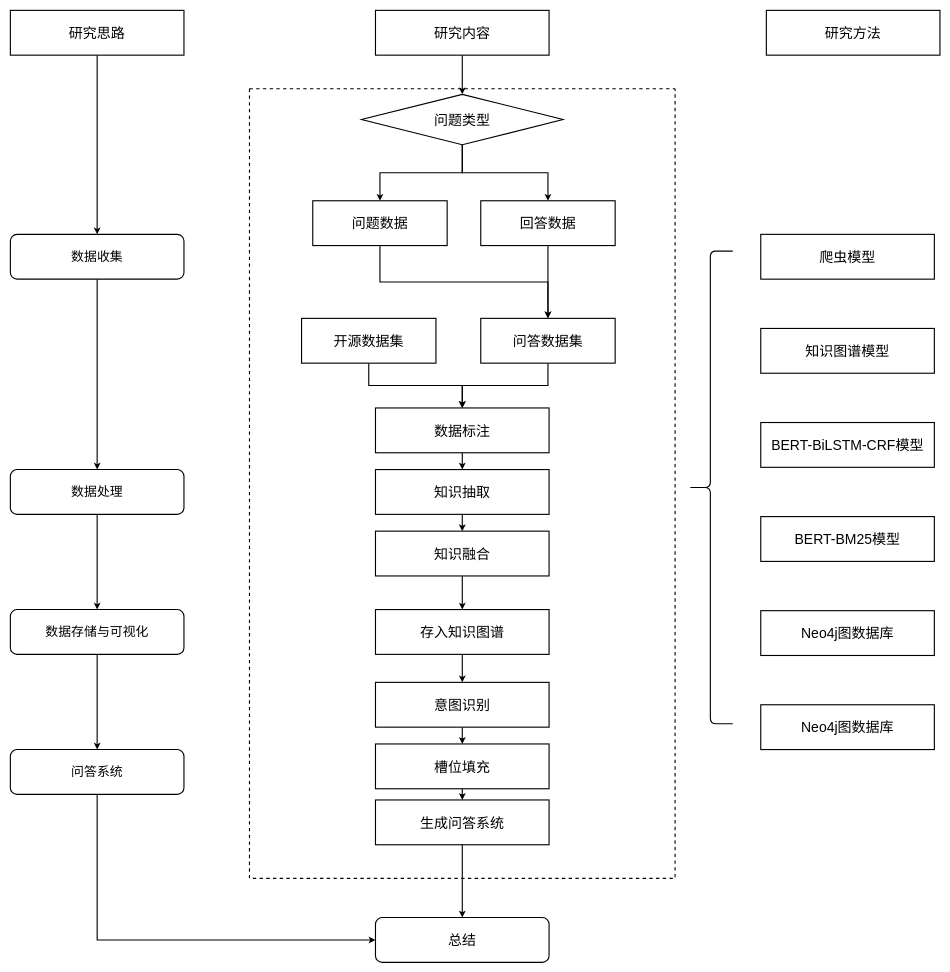
Above: 技术路线图.drawio in zyaaagit/s-case (draw.io), before the change. Source tidied: cells renumbered, new cells numbered last; positions are measured from the earlier drawing's top-left corner, leaving out a move shared by most shapes. Both pictures are drawn from the tidied source at 56%, with x=0, y=0 at pixel (10, 10).
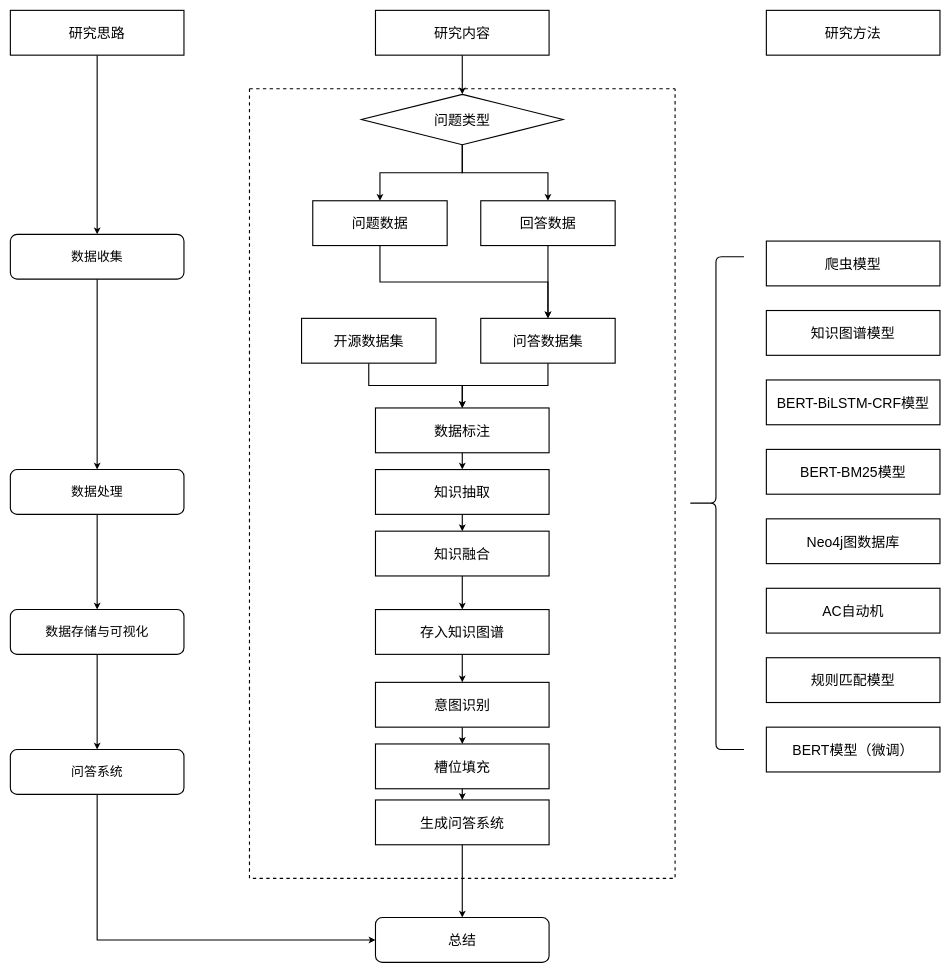
The same page after the edit.

Commit message (it also covers changes not shown here):
更新技术路线图.drawio

Change to the diagram source:
```diff
@@
     <mxCell id="7" value="&lt;font style=&quot;font-size: 25px;&quot;&gt;BERT-BiLSTM-CRF模型&lt;/font&gt;" style="rounded=0;whiteSpace=wrap;html=1;strokeWidth=2;" parent="1" vertex="1">
-      <mxGeometry x="1340" y="736" width="310" height="80" as="geometry" />
+      <mxGeometry x="1350" y="660" width="310" height="80" as="geometry" />
     </mxCell>
     <mxCell id="8" value="&lt;font style=&quot;font-size: 25px;&quot;&gt;知识图谱模型&lt;/font&gt;" style="rounded=0;whiteSpace=wrap;html=1;strokeWidth=2;" parent="1" vertex="1">
-      <mxGeometry x="1340" y="568" width="310" height="80" as="geometry" />
+      <mxGeometry x="1350" y="536" width="310" height="80" as="geometry" />
     </mxCell>
     <mxCell id="9" value="&lt;font style=&quot;font-size: 25px;&quot;&gt;BERT-BM25模型&lt;/font&gt;" style="rounded=0;whiteSpace=wrap;html=1;strokeWidth=2;" parent="1" vertex="1">
-      <mxGeometry x="1340" y="904" width="310" height="80" as="geometry" />
+      <mxGeometry x="1350" y="784" width="310" height="80" as="geometry" />
     </mxCell>
     <mxCell id="10" value="&lt;font style=&quot;font-size: 25px;&quot;&gt;爬虫模型&lt;/font&gt;" style="rounded=0;whiteSpace=wrap;html=1;strokeWidth=2;" parent="1" vertex="1">
-      <mxGeometry x="1340" y="400" width="310" height="80" as="geometry" />
+      <mxGeometry x="1350" y="412" width="310" height="80" as="geometry" />
     </mxCell>
@@
     <mxCell id="39" value="&lt;font style=&quot;font-size: 25px;&quot;&gt;Neo4j图数据库&lt;/font&gt;" style="rounded=0;whiteSpace=wrap;html=1;strokeWidth=2;" parent="1" vertex="1">
-      <mxGeometry x="1340" y="1072" width="310" height="80" as="geometry" />
+      <mxGeometry x="1350" y="908" width="310" height="80" as="geometry" />
     </mxCell>
-    <mxCell id="40" value="&lt;font style=&quot;font-size: 25px;&quot;&gt;Neo4j图数据库&lt;/font&gt;" style="rounded=0;whiteSpace=wrap;html=1;strokeWidth=2;" parent="1" vertex="1">
-      <mxGeometry x="1340" y="1240" width="310" height="80" as="geometry" />
-    </mxCell>
@@
     <mxCell id="47" style="shape=curlyBracket;whiteSpace=wrap;html=1;rounded=1;labelPosition=left;verticalLabelPosition=middle;align=right;verticalAlign=middle;strokeWidth=2;" parent="1" vertex="1">
-      <mxGeometry x="1210" y="430" width="80" height="844" as="geometry" />
+      <mxGeometry x="1210" y="440" width="100" height="880" as="geometry" />
     </mxCell>
@@
+    <mxCell id="49" value="&lt;font style=&quot;font-size: 25px;&quot;&gt;AC自动机&lt;/font&gt;" style="rounded=0;whiteSpace=wrap;html=1;strokeWidth=2;" parent="1" vertex="1">
+      <mxGeometry x="1350" y="1032" width="310" height="80" as="geometry" />
+    </mxCell>
+    <mxCell id="50" value="&lt;font style=&quot;font-size: 25px;&quot;&gt;规则匹配模型&lt;/font&gt;" style="rounded=0;whiteSpace=wrap;html=1;strokeWidth=2;" parent="1" vertex="1">
+      <mxGeometry x="1350" y="1156" width="310" height="80" as="geometry" />
+    </mxCell>
+    <mxCell id="51" value="&lt;font style=&quot;font-size: 25px;&quot;&gt;BERT模型（微调）&lt;/font&gt;" style="rounded=0;whiteSpace=wrap;html=1;strokeWidth=2;" parent="1" vertex="1">
+      <mxGeometry x="1350" y="1280" width="310" height="80" as="geometry" />
+    </mxCell>
```
